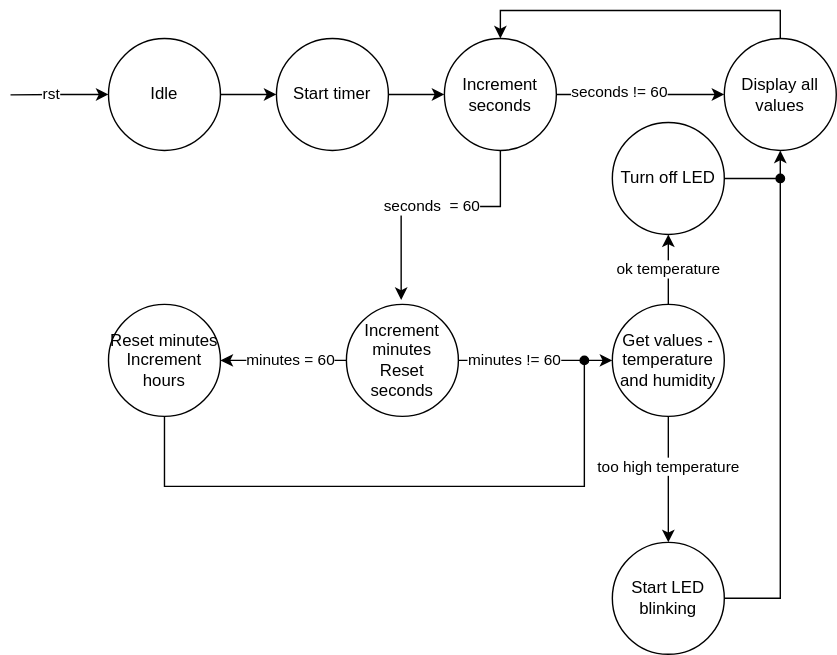
Dan5049/Digital-electronic-2 keeps this draw.io diagram as Labs/08-i2c/images/FSM.svg. Above is the earlier version. Source tidied: cells renumbered, new cells last; positions are measured from the earlier drawing's top-left corner, leaving out a move shared by most shapes. Its diagram source:
```xml
<mxGraphModel>
  <root>
    <mxCell id="0" />
    <mxCell id="1" parent="0" />
    <mxCell id="2" style="edgeStyle=orthogonalEdgeStyle;rounded=0;jettySize=auto;html=1;exitX=0;exitY=0.5;exitDx=0;exitDy=0;endArrow=none;endFill=0;startArrow=classic;startFill=1;" parent="1" edge="1" source="5">
      <mxGeometry relative="1" as="geometry">
        <mxPoint y="40.3" as="targetPoint" />
      </mxGeometry>
    </mxCell>
    <mxCell id="3" value="rst" style="edgeLabel;html=1;align=center;verticalAlign=middle;" parent="2" vertex="1">
      <mxGeometry x="0.19" y="-1" relative="1" as="geometry" />
    </mxCell>
    <mxCell id="4" style="edgeStyle=orthogonalEdgeStyle;rounded=0;jettySize=auto;html=1;exitX=1;exitY=0.5;exitDx=0;exitDy=0;entryX=0;entryY=0.5;entryDx=0;entryDy=0;startArrow=none;startFill=0;endArrow=classic;endFill=1;" parent="1" edge="1" source="5" target="11">
      <mxGeometry relative="1" as="geometry" />
    </mxCell>
    <mxCell id="5" value="Idle" style="ellipse;whiteSpace=wrap;html=1;" parent="1" vertex="1">
      <mxGeometry x="70" width="80" height="80" as="geometry" />
    </mxCell>
    <mxCell id="6" style="edgeStyle=orthogonalEdgeStyle;rounded=0;jettySize=auto;html=1;exitX=1;exitY=0.5;exitDx=0;exitDy=0;entryX=0;entryY=0.5;entryDx=0;entryDy=0;startArrow=none;startFill=0;endArrow=classic;endFill=1;" parent="1" edge="1" source="9" target="13">
      <mxGeometry relative="1" as="geometry" />
    </mxCell>
    <mxCell id="7" value="seconds != 60" style="edgeLabel;html=1;align=center;verticalAlign=middle;" parent="6" vertex="1">
      <mxGeometry x="-0.25" y="2" relative="1" as="geometry" />
    </mxCell>
    <mxCell id="8" value="seconds&amp;nbsp; = 60" style="edgeStyle=orthogonalEdgeStyle;rounded=0;jettySize=auto;html=1;exitX=0.5;exitY=1;exitDx=0;exitDy=0;startArrow=none;startFill=0;endArrow=classic;endFill=1;entryX=0.489;entryY=-0.039;entryDx=0;entryDy=0;entryPerimeter=0;" parent="1" edge="1" source="9" target="18">
      <mxGeometry relative="1" as="geometry">
        <Array as="points">
          <mxPoint x="350" y="120" />
          <mxPoint x="279" y="120" />
        </Array>
      </mxGeometry>
    </mxCell>
    <mxCell id="9" value="Increment seconds" style="ellipse;whiteSpace=wrap;html=1;" parent="1" vertex="1">
      <mxGeometry x="310" width="80" height="80" as="geometry" />
    </mxCell>
    <mxCell id="10" style="edgeStyle=orthogonalEdgeStyle;rounded=0;jettySize=auto;html=1;exitX=1;exitY=0.5;exitDx=0;exitDy=0;entryX=0;entryY=0.5;entryDx=0;entryDy=0;startArrow=none;startFill=0;endArrow=classic;endFill=1;" parent="1" edge="1" source="11" target="9">
      <mxGeometry relative="1" as="geometry" />
    </mxCell>
    <mxCell id="11" value="Start timer" style="ellipse;whiteSpace=wrap;html=1;" parent="1" vertex="1">
      <mxGeometry x="190" width="80" height="80" as="geometry" />
    </mxCell>
    <mxCell id="12" style="edgeStyle=orthogonalEdgeStyle;rounded=0;jettySize=auto;html=1;exitX=0.5;exitY=0;exitDx=0;exitDy=0;entryX=0.5;entryY=0;entryDx=0;entryDy=0;startArrow=none;startFill=0;endArrow=classic;endFill=1;" parent="1" edge="1" source="13" target="9">
      <mxGeometry relative="1" as="geometry" />
    </mxCell>
    <mxCell id="13" value="Display all values" style="ellipse;whiteSpace=wrap;html=1;" parent="1" vertex="1">
      <mxGeometry x="510" width="80" height="80" as="geometry" />
    </mxCell>
    <mxCell id="14" style="edgeStyle=orthogonalEdgeStyle;rounded=0;jettySize=auto;html=1;exitX=1;exitY=0.5;exitDx=0;exitDy=0;entryX=0;entryY=0.5;entryDx=0;entryDy=0;startArrow=none;startFill=0;endArrow=classic;endFill=1;" parent="1" edge="1" source="18" target="22">
      <mxGeometry relative="1" as="geometry" />
    </mxCell>
    <mxCell id="15" value="minutes != 60" style="edgeLabel;html=1;align=center;verticalAlign=middle;" parent="14" vertex="1">
      <mxGeometry x="-0.42" relative="1" as="geometry">
        <mxPoint x="8" as="offset" />
      </mxGeometry>
    </mxCell>
    <mxCell id="16" style="edgeStyle=orthogonalEdgeStyle;rounded=0;jettySize=auto;html=1;exitX=0;exitY=0.5;exitDx=0;exitDy=0;entryX=1;entryY=0.5;entryDx=0;entryDy=0;startArrow=none;startFill=0;endArrow=classic;endFill=1;" parent="1" edge="1" source="18" target="27">
      <mxGeometry relative="1" as="geometry" />
    </mxCell>
    <mxCell id="17" value="minutes = 60" style="edgeLabel;html=1;align=center;verticalAlign=middle;" parent="16" vertex="1">
      <mxGeometry x="0.35" y="-1" relative="1" as="geometry">
        <mxPoint x="20" y="1" as="offset" />
      </mxGeometry>
    </mxCell>
    <mxCell id="18" value="Increment minutes&lt;br&gt;Reset seconds" style="ellipse;whiteSpace=wrap;html=1;" parent="1" vertex="1">
      <mxGeometry x="240" y="190" width="80" height="80" as="geometry" />
    </mxCell>
    <mxCell id="19" style="edgeStyle=orthogonalEdgeStyle;rounded=0;jettySize=auto;html=1;exitX=0.5;exitY=1;exitDx=0;exitDy=0;entryX=0.5;entryY=0;entryDx=0;entryDy=0;startArrow=none;startFill=0;endArrow=classic;endFill=1;" parent="1" edge="1" source="22" target="24">
      <mxGeometry relative="1" as="geometry" />
    </mxCell>
    <mxCell id="20" value="too high temperature" style="edgeLabel;html=1;align=center;verticalAlign=middle;" parent="19" vertex="1">
      <mxGeometry x="-0.23" y="-1" relative="1" as="geometry">
        <mxPoint x="1" y="1" as="offset" />
      </mxGeometry>
    </mxCell>
    <mxCell id="21" value="ok temperature" style="edgeStyle=orthogonalEdgeStyle;rounded=0;jettySize=auto;html=1;exitX=0.5;exitY=0;exitDx=0;exitDy=0;entryX=0.5;entryY=1;entryDx=0;entryDy=0;startArrow=none;startFill=0;endArrow=classic;endFill=1;" parent="1" edge="1" source="22" target="26">
      <mxGeometry relative="1" as="geometry" />
    </mxCell>
    <mxCell id="22" value="Get values - temperature and humidity" style="ellipse;whiteSpace=wrap;html=1;" parent="1" vertex="1">
      <mxGeometry x="430" y="190" width="80" height="80" as="geometry" />
    </mxCell>
    <mxCell id="23" style="edgeStyle=orthogonalEdgeStyle;rounded=0;jettySize=auto;html=1;exitX=1;exitY=0.5;exitDx=0;exitDy=0;startArrow=none;startFill=0;endArrow=oval;endFill=1;" parent="1" edge="1" source="24">
      <mxGeometry relative="1" as="geometry">
        <mxPoint x="550" y="100" as="targetPoint" />
      </mxGeometry>
    </mxCell>
    <mxCell id="24" value="Start LED blinking" style="ellipse;whiteSpace=wrap;html=1;" parent="1" vertex="1">
      <mxGeometry x="430" y="360" width="80" height="80" as="geometry" />
    </mxCell>
    <mxCell id="25" style="edgeStyle=orthogonalEdgeStyle;rounded=0;jettySize=auto;html=1;exitX=1;exitY=0.5;exitDx=0;exitDy=0;entryX=0.5;entryY=1;entryDx=0;entryDy=0;startArrow=none;startFill=0;endArrow=classic;endFill=1;" parent="1" edge="1" source="26" target="13">
      <mxGeometry relative="1" as="geometry" />
    </mxCell>
    <mxCell id="26" value="Turn off LED" style="ellipse;whiteSpace=wrap;html=1;" parent="1" vertex="1">
      <mxGeometry x="430" y="60" width="80" height="80" as="geometry" />
    </mxCell>
    <mxCell id="27" value="Reset minutes&lt;br&gt;Increment hours" style="ellipse;whiteSpace=wrap;html=1;" parent="1" vertex="1">
      <mxGeometry x="70" y="190" width="80" height="80" as="geometry" />
    </mxCell>
    <mxCell id="28" style="endArrow=oval;html=1;rounded=0;exitX=0.5;exitY=1;exitDx=0;exitDy=0;endFill=1;" parent="1" edge="1" source="27">
      <mxGeometry relative="1" as="geometry">
        <mxPoint x="410" y="230" as="targetPoint" />
        <Array as="points">
          <mxPoint x="110" y="320" />
          <mxPoint x="170" y="320" />
          <mxPoint x="200" y="320" />
          <mxPoint x="410" y="320" />
        </Array>
      </mxGeometry>
    </mxCell>
  </root>
</mxGraphModel>
```
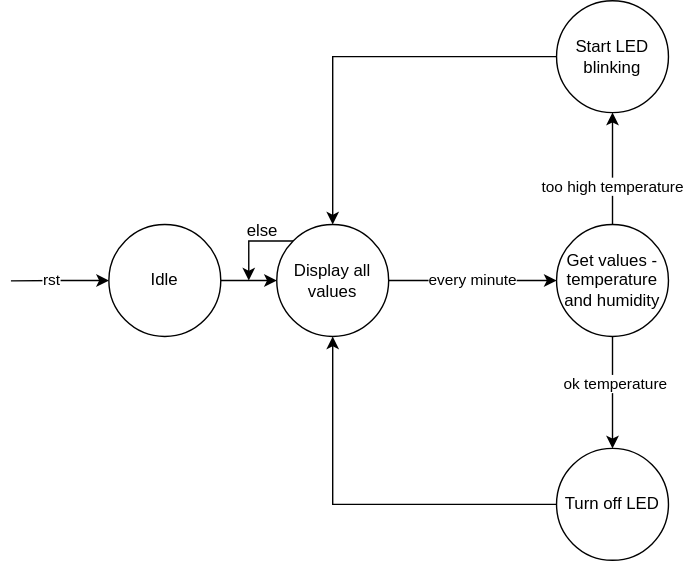
The same file after the commit.

Change to the diagram source:
```diff
@@ -10,101 +10,57 @@
     <mxCell id="3" value="rst" style="edgeLabel;html=1;align=center;verticalAlign=middle;" parent="2" vertex="1">
       <mxGeometry x="0.19" y="-1" relative="1" as="geometry" />
     </mxCell>
-    <mxCell id="4" style="edgeStyle=orthogonalEdgeStyle;rounded=0;jettySize=auto;html=1;exitX=1;exitY=0.5;exitDx=0;exitDy=0;entryX=0;entryY=0.5;entryDx=0;entryDy=0;startArrow=none;startFill=0;endArrow=classic;endFill=1;" parent="1" edge="1" source="5" target="11">
-      <mxGeometry relative="1" as="geometry" />
-    </mxCell>
+    <mxCell id="29" style="edgeStyle=orthogonalEdgeStyle;rounded=0;jettySize=auto;html=1;exitX=1;exitY=0.5;exitDx=0;exitDy=0;entryX=0;entryY=0.5;entryDx=0;entryDy=0;" parent="1" edge="1" source="5" target="13">
+      <mxGeometry relative="1" as="geometry" />
+    </mxCell>
     <mxCell id="5" value="Idle" style="ellipse;whiteSpace=wrap;html=1;" parent="1" vertex="1">
       <mxGeometry x="70" width="80" height="80" as="geometry" />
     </mxCell>
-    <mxCell id="6" style="edgeStyle=orthogonalEdgeStyle;rounded=0;jettySize=auto;html=1;exitX=1;exitY=0.5;exitDx=0;exitDy=0;entryX=0;entryY=0.5;entryDx=0;entryDy=0;startArrow=none;startFill=0;endArrow=classic;endFill=1;" parent="1" edge="1" source="9" target="13">
-      <mxGeometry relative="1" as="geometry" />
-    </mxCell>
-    <mxCell id="7" value="seconds != 60" style="edgeLabel;html=1;align=center;verticalAlign=middle;" parent="6" vertex="1">
-      <mxGeometry x="-0.25" y="2" relative="1" as="geometry" />
-    </mxCell>
-    <mxCell id="8" value="seconds&amp;nbsp; = 60" style="edgeStyle=orthogonalEdgeStyle;rounded=0;jettySize=auto;html=1;exitX=0.5;exitY=1;exitDx=0;exitDy=0;startArrow=none;startFill=0;endArrow=classic;endFill=1;entryX=0.489;entryY=-0.039;entryDx=0;entryDy=0;entryPerimeter=0;" parent="1" edge="1" source="9" target="18">
-      <mxGeometry relative="1" as="geometry">
-        <Array as="points">
-          <mxPoint x="350" y="120" />
-          <mxPoint x="279" y="120" />
-        </Array>
-      </mxGeometry>
-    </mxCell>
-    <mxCell id="9" value="Increment seconds" style="ellipse;whiteSpace=wrap;html=1;" parent="1" vertex="1">
-      <mxGeometry x="310" width="80" height="80" as="geometry" />
-    </mxCell>
-    <mxCell id="10" style="edgeStyle=orthogonalEdgeStyle;rounded=0;jettySize=auto;html=1;exitX=1;exitY=0.5;exitDx=0;exitDy=0;entryX=0;entryY=0.5;entryDx=0;entryDy=0;startArrow=none;startFill=0;endArrow=classic;endFill=1;" parent="1" edge="1" source="11" target="9">
-      <mxGeometry relative="1" as="geometry" />
-    </mxCell>
-    <mxCell id="11" value="Start timer" style="ellipse;whiteSpace=wrap;html=1;" parent="1" vertex="1">
-      <mxGeometry x="190" width="80" height="80" as="geometry" />
-    </mxCell>
-    <mxCell id="12" style="edgeStyle=orthogonalEdgeStyle;rounded=0;jettySize=auto;html=1;exitX=0.5;exitY=0;exitDx=0;exitDy=0;entryX=0.5;entryY=0;entryDx=0;entryDy=0;startArrow=none;startFill=0;endArrow=classic;endFill=1;" parent="1" edge="1" source="13" target="9">
-      <mxGeometry relative="1" as="geometry" />
-    </mxCell>
+    <mxCell id="30" style="edgeStyle=orthogonalEdgeStyle;rounded=0;jettySize=auto;html=1;exitX=1;exitY=0.5;exitDx=0;exitDy=0;entryX=0;entryY=0.5;entryDx=0;entryDy=0;" parent="1" edge="1" source="13" target="22">
+      <mxGeometry relative="1" as="geometry" />
+    </mxCell>
+    <mxCell id="31" value="every minute" style="edgeLabel;html=1;align=center;verticalAlign=middle;" parent="30" vertex="1">
+      <mxGeometry x="0.15" relative="1" as="geometry">
+        <mxPoint x="-9" as="offset" />
+      </mxGeometry>
+    </mxCell>
+    <mxCell id="32" style="edgeStyle=orthogonalEdgeStyle;rounded=0;jettySize=auto;html=1;exitX=0;exitY=0;exitDx=0;exitDy=0;" parent="1" edge="1" source="13">
+      <mxGeometry relative="1" as="geometry">
+        <mxPoint x="170" y="40" as="targetPoint" />
+      </mxGeometry>
+    </mxCell>
     <mxCell id="13" value="Display all values" style="ellipse;whiteSpace=wrap;html=1;" parent="1" vertex="1">
-      <mxGeometry x="510" width="80" height="80" as="geometry" />
+      <mxGeometry x="190" width="80" height="80" as="geometry" />
     </mxCell>
-    <mxCell id="14" style="edgeStyle=orthogonalEdgeStyle;rounded=0;jettySize=auto;html=1;exitX=1;exitY=0.5;exitDx=0;exitDy=0;entryX=0;entryY=0.5;entryDx=0;entryDy=0;startArrow=none;startFill=0;endArrow=classic;endFill=1;" parent="1" edge="1" source="18" target="22">
-      <mxGeometry relative="1" as="geometry" />
-    </mxCell>
-    <mxCell id="15" value="minutes != 60" style="edgeLabel;html=1;align=center;verticalAlign=middle;" parent="14" vertex="1">
-      <mxGeometry x="-0.42" relative="1" as="geometry">
-        <mxPoint x="8" as="offset" />
-      </mxGeometry>
-    </mxCell>
-    <mxCell id="16" style="edgeStyle=orthogonalEdgeStyle;rounded=0;jettySize=auto;html=1;exitX=0;exitY=0.5;exitDx=0;exitDy=0;entryX=1;entryY=0.5;entryDx=0;entryDy=0;startArrow=none;startFill=0;endArrow=classic;endFill=1;" parent="1" edge="1" source="18" target="27">
-      <mxGeometry relative="1" as="geometry" />
-    </mxCell>
-    <mxCell id="17" value="minutes = 60" style="edgeLabel;html=1;align=center;verticalAlign=middle;" parent="16" vertex="1">
-      <mxGeometry x="0.35" y="-1" relative="1" as="geometry">
-        <mxPoint x="20" y="1" as="offset" />
-      </mxGeometry>
-    </mxCell>
-    <mxCell id="18" value="Increment minutes&lt;br&gt;Reset seconds" style="ellipse;whiteSpace=wrap;html=1;" parent="1" vertex="1">
-      <mxGeometry x="240" y="190" width="80" height="80" as="geometry" />
-    </mxCell>
+    <mxCell id="33" style="edgeStyle=orthogonalEdgeStyle;rounded=0;jettySize=auto;html=1;exitX=0.5;exitY=1;exitDx=0;exitDy=0;entryX=0.5;entryY=0;entryDx=0;entryDy=0;" parent="1" edge="1" source="22" target="26">
+      <mxGeometry relative="1" as="geometry" />
+    </mxCell>
+    <mxCell id="21" value="ok temperature" style="edgeLabel;html=1;align=center;verticalAlign=middle;" parent="33" vertex="1">
+      <mxGeometry x="-0.16" y="2" relative="1" as="geometry" />
+    </mxCell>
-    <mxCell id="19" style="edgeStyle=orthogonalEdgeStyle;rounded=0;jettySize=auto;html=1;exitX=0.5;exitY=1;exitDx=0;exitDy=0;entryX=0.5;entryY=0;entryDx=0;entryDy=0;startArrow=none;startFill=0;endArrow=classic;endFill=1;" parent="1" edge="1" source="22" target="24">
+    <mxCell id="19" style="edgeStyle=orthogonalEdgeStyle;rounded=0;jettySize=auto;html=1;exitX=0.5;exitY=0;exitDx=0;exitDy=0;entryX=0.5;entryY=1;entryDx=0;entryDy=0;" parent="1" edge="1" source="22" target="24">
       <mxGeometry relative="1" as="geometry" />
     </mxCell>
     <mxCell id="20" value="too high temperature" style="edgeLabel;html=1;align=center;verticalAlign=middle;" parent="19" vertex="1">
-      <mxGeometry x="-0.23" y="-1" relative="1" as="geometry">
-        <mxPoint x="1" y="1" as="offset" />
-      </mxGeometry>
+      <mxGeometry x="-0.31" relative="1" as="geometry" />
     </mxCell>
-    <mxCell id="21" value="ok temperature" style="edgeStyle=orthogonalEdgeStyle;rounded=0;jettySize=auto;html=1;exitX=0.5;exitY=0;exitDx=0;exitDy=0;entryX=0.5;entryY=1;entryDx=0;entryDy=0;startArrow=none;startFill=0;endArrow=classic;endFill=1;" parent="1" edge="1" source="22" target="26">
-      <mxGeometry relative="1" as="geometry" />
-    </mxCell>
     <mxCell id="22" value="Get values - temperature and humidity" style="ellipse;whiteSpace=wrap;html=1;" parent="1" vertex="1">
-      <mxGeometry x="430" y="190" width="80" height="80" as="geometry" />
+      <mxGeometry x="390" width="80" height="80" as="geometry" />
     </mxCell>
-    <mxCell id="23" style="edgeStyle=orthogonalEdgeStyle;rounded=0;jettySize=auto;html=1;exitX=1;exitY=0.5;exitDx=0;exitDy=0;startArrow=none;startFill=0;endArrow=oval;endFill=1;" parent="1" edge="1" source="24">
-      <mxGeometry relative="1" as="geometry">
-        <mxPoint x="550" y="100" as="targetPoint" />
-      </mxGeometry>
-    </mxCell>
+    <mxCell id="34" style="edgeStyle=orthogonalEdgeStyle;rounded=0;jettySize=auto;html=1;exitX=0;exitY=0.5;exitDx=0;exitDy=0;entryX=0.5;entryY=0;entryDx=0;entryDy=0;" parent="1" edge="1" source="24" target="13">
+      <mxGeometry relative="1" as="geometry" />
+    </mxCell>
     <mxCell id="24" value="Start LED blinking" style="ellipse;whiteSpace=wrap;html=1;" parent="1" vertex="1">
-      <mxGeometry x="430" y="360" width="80" height="80" as="geometry" />
+      <mxGeometry x="390" y="-160" width="80" height="80" as="geometry" />
     </mxCell>
-    <mxCell id="25" style="edgeStyle=orthogonalEdgeStyle;rounded=0;jettySize=auto;html=1;exitX=1;exitY=0.5;exitDx=0;exitDy=0;entryX=0.5;entryY=1;entryDx=0;entryDy=0;startArrow=none;startFill=0;endArrow=classic;endFill=1;" parent="1" edge="1" source="26" target="13">
+    <mxCell id="25" style="edgeStyle=orthogonalEdgeStyle;rounded=0;jettySize=auto;html=1;exitX=0;exitY=0.5;exitDx=0;exitDy=0;entryX=0.5;entryY=1;entryDx=0;entryDy=0;" parent="1" edge="1" source="26" target="13">
       <mxGeometry relative="1" as="geometry" />
     </mxCell>
     <mxCell id="26" value="Turn off LED" style="ellipse;whiteSpace=wrap;html=1;" parent="1" vertex="1">
-      <mxGeometry x="430" y="60" width="80" height="80" as="geometry" />
+      <mxGeometry x="390" y="160" width="80" height="80" as="geometry" />
     </mxCell>
-    <mxCell id="27" value="Reset minutes&lt;br&gt;Increment hours" style="ellipse;whiteSpace=wrap;html=1;" parent="1" vertex="1">
-      <mxGeometry x="70" y="190" width="80" height="80" as="geometry" />
-    </mxCell>
-    <mxCell id="28" style="endArrow=oval;html=1;rounded=0;exitX=0.5;exitY=1;exitDx=0;exitDy=0;endFill=1;" parent="1" edge="1" source="27">
-      <mxGeometry relative="1" as="geometry">
-        <mxPoint x="410" y="230" as="targetPoint" />
-        <Array as="points">
-          <mxPoint x="110" y="320" />
-          <mxPoint x="170" y="320" />
-          <mxPoint x="200" y="320" />
-          <mxPoint x="410" y="320" />
-        </Array>
-      </mxGeometry>
-    </mxCell>
+    <mxCell id="35" value="else" style="text;html=1;strokeColor=none;fillColor=none;align=center;verticalAlign=middle;whiteSpace=wrap;rounded=0;" parent="1" vertex="1">
+      <mxGeometry x="150" y="-10" width="60" height="30" as="geometry" />
+    </mxCell>
   </root>
 </mxGraphModel>
```
